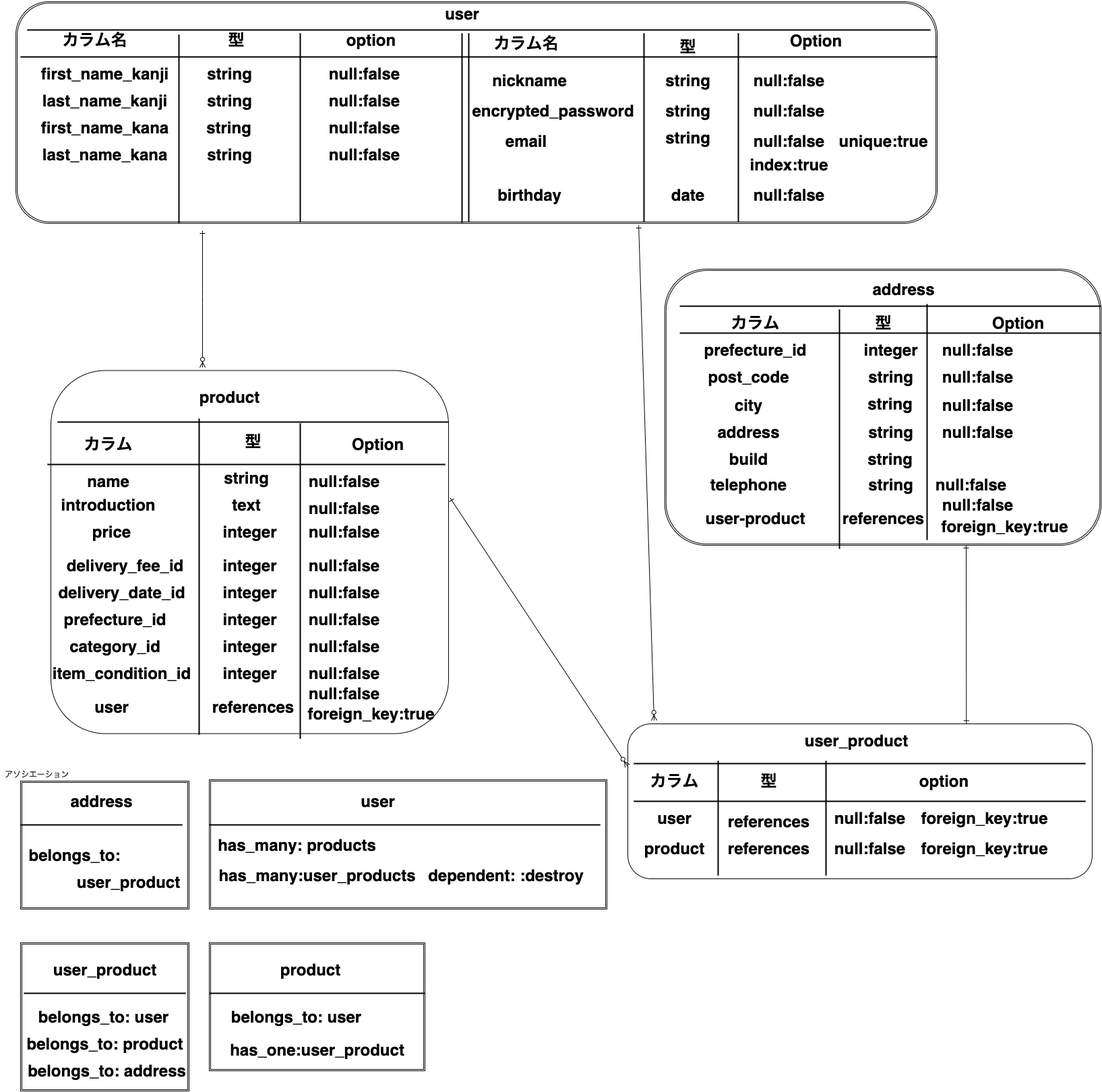
Above: furima32413.png in Kaneko-Yukihiro0117/furima-32413 (draw.io), before the change. Source tidied: cells renumbered, new cells last; positions are measured from the earlier drawing's top-left corner, leaving out a move shared by most shapes.
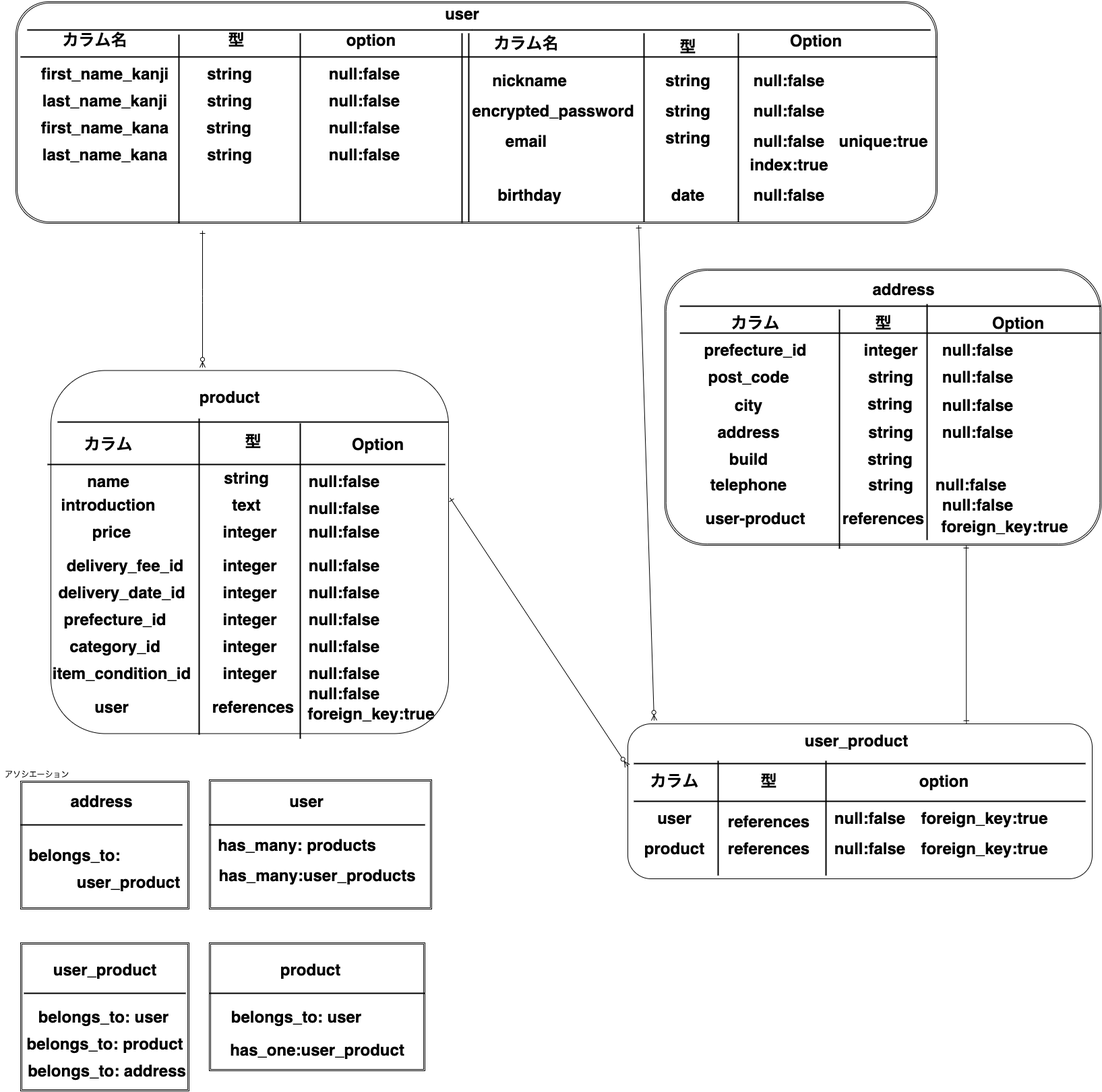
After the commit.

The edit, as a diff of the source:
```diff
@@ -312,13 +312,13 @@
       <mxGeometry x="30" y="1399" width="250" height="220" as="geometry" />
     </mxCell>
     <mxCell id="104" style="shape=ext;double=1;rounded=0;whiteSpace=wrap;html=1;" parent="1" vertex="1">
-      <mxGeometry x="310" y="1157" width="590" height="192" as="geometry" />
+      <mxGeometry x="310" y="1157" width="330" height="192" as="geometry" />
     </mxCell>
     <mxCell id="105" value="user" style="text;strokeColor=none;fillColor=none;html=1;fontSize=24;fontStyle=1;verticalAlign=middle;align=center;" parent="1" vertex="1">
-      <mxGeometry x="510" y="1169" width="100" height="40" as="geometry" />
+      <mxGeometry x="404" y="1169" width="100" height="40" as="geometry" />
     </mxCell>
     <mxCell id="106" style="line;strokeWidth=2;html=1;" parent="1" vertex="1">
-      <mxGeometry x="310" y="1219" width="580" height="10" as="geometry" />
+      <mxGeometry x="310" y="1219" width="320" height="10" as="geometry" />
     </mxCell>
     <mxCell id="107" value="has_many: products" style="text;strokeColor=none;fillColor=none;html=1;fontSize=24;fontStyle=1;verticalAlign=middle;align=center;" parent="1" vertex="1">
       <mxGeometry x="390" y="1234" width="100" height="40" as="geometry" />
@@ -471,9 +471,6 @@
     <mxCell id="153" value="has_many:user_products" style="text;strokeColor=none;fillColor=none;html=1;fontSize=24;fontStyle=1;verticalAlign=middle;align=center;" parent="1" vertex="1">
       <mxGeometry x="420" y="1279" width="100" height="40" as="geometry" />
     </mxCell>
-    <mxCell id="154" value="dependent: :destroy" style="text;strokeColor=none;fillColor=none;html=1;fontSize=24;fontStyle=1;verticalAlign=middle;align=center;" parent="1" vertex="1">
-      <mxGeometry x="700" y="1279" width="100" height="40" as="geometry" />
-    </mxCell>
     <mxCell id="155" value="has_one:user_product" style="text;strokeColor=none;fillColor=none;html=1;fontSize=24;fontStyle=1;verticalAlign=middle;align=center;" parent="1" vertex="1">
       <mxGeometry x="420" y="1538" width="100" height="40" as="geometry" />
     </mxCell>
```
